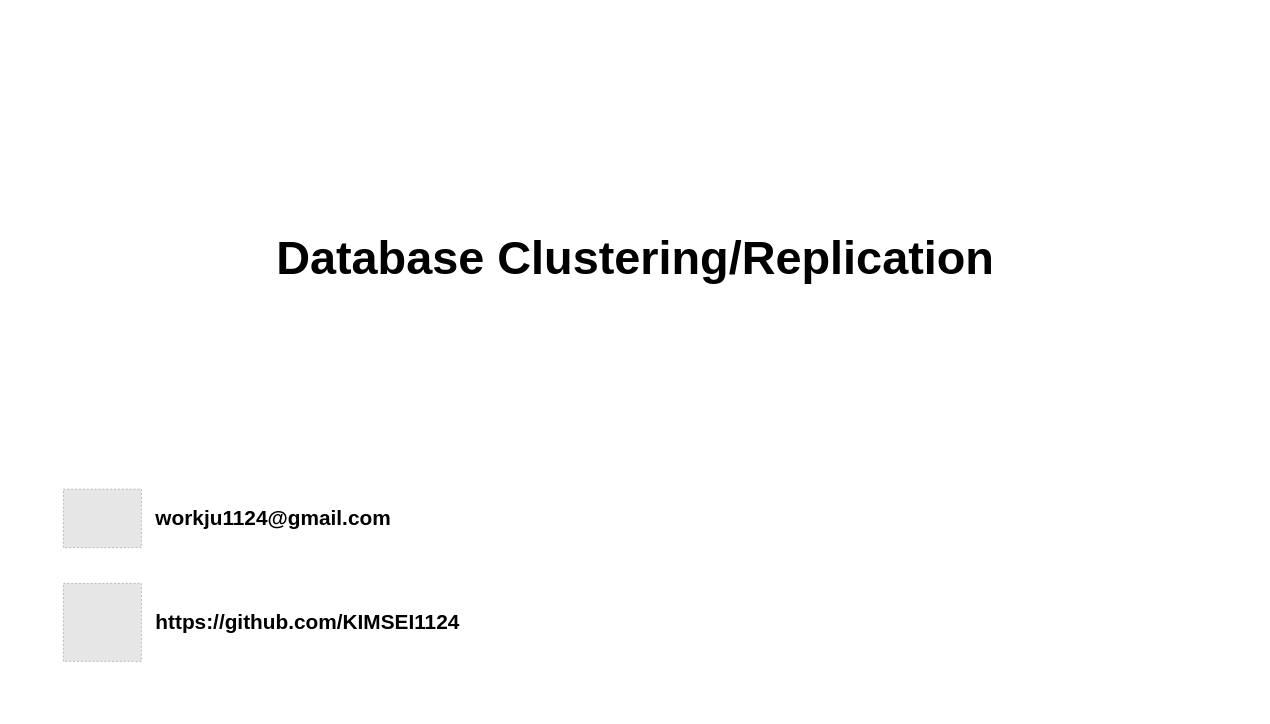
Earlier version of the draw.io diagram page "김정욱" (1 of 4) of 썸네일.drawio (Study-Diary/Computer-Science). Source tidied: cells renumbered, new cells numbered last; positions are measured from the earlier drawing's top-left corner, leaving out a move shared by most shapes. Both pictures are drawn from the tidied source at 65%, with x=0, y=0 at pixel (11, 11). Pictures stored in the file or linked from it are replaced by grey dashed boxes.
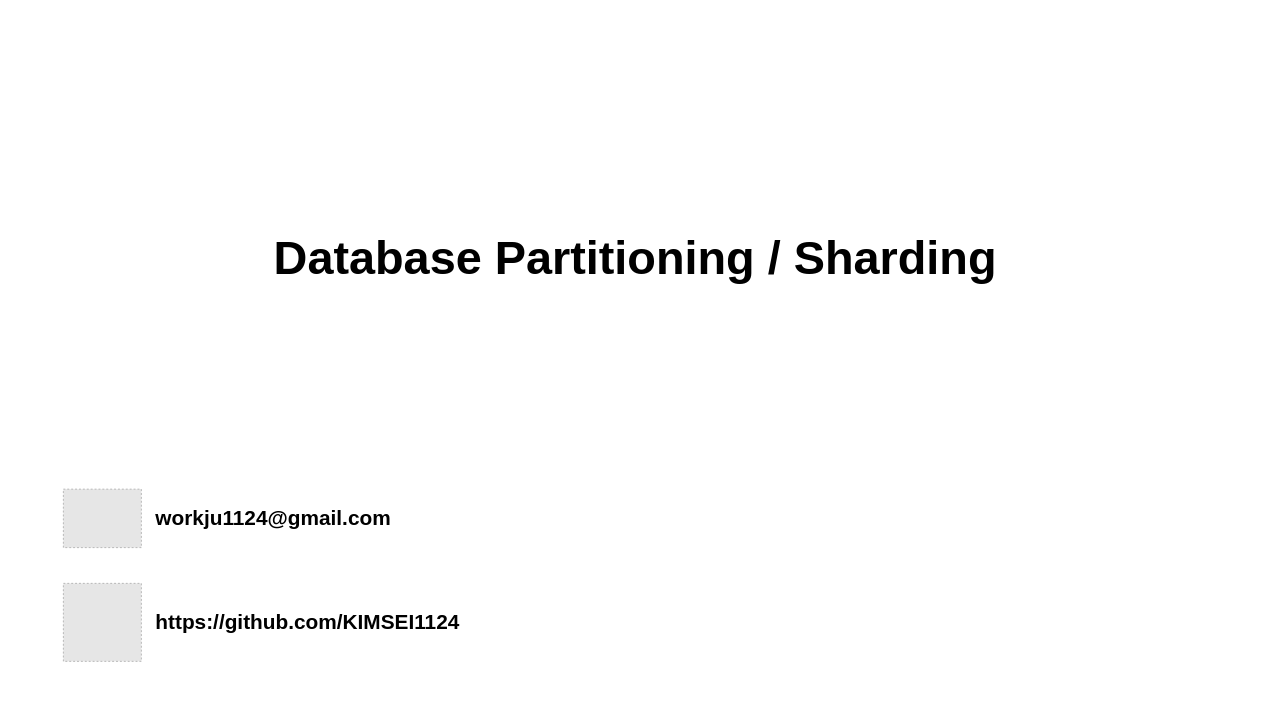
The same page after the edit.

Change to the diagram source:
```diff
@@
 <mxGraphModel>
   <root>
     <mxCell id="0" />
     <mxCell id="1" parent="0" />
     <mxCell id="2" style="rounded=0;whiteSpace=wrap;html=1;fillColor=#FFFFFF;strokeColor=none;" parent="1" vertex="1">
       <mxGeometry width="1920" height="1080" as="geometry" />
     </mxCell>
     <mxCell id="3" style="group;" parent="1" vertex="1">
       <mxGeometry x="80" y="720" width="120" height="120" as="geometry" />
     </mxCell>
     <mxCell id="4" style="fillColor=#E6E6E6;strokeColor=#999999;dashed=1;verticalLabelPosition=bottom;labelBackgroundColor=default;verticalAlign=top;" parent="3" vertex="1">
       <mxGeometry y="15" width="120" height="90" as="geometry" />
     </mxCell>
     <mxCell id="5" style="rounded=0;whiteSpace=wrap;html=1;fillColor=none;strokeColor=none;" parent="3" vertex="1">
       <mxGeometry width="120" height="120" as="geometry" />
     </mxCell>
     <mxCell id="6" style="fillColor=#E6E6E6;strokeColor=#999999;dashed=1;verticalLabelPosition=bottom;labelBackgroundColor=default;verticalAlign=top;" parent="1" vertex="1">
       <mxGeometry x="80" y="880" width="120" height="120" as="geometry" />
     </mxCell>
     <mxCell id="7" value="workju1124@gmail.com" style="text;html=1;align=left;verticalAlign=middle;whiteSpace=wrap;rounded=0;fontSize=32;fontColor=#000000;fontStyle=1;" parent="1" vertex="1">
       <mxGeometry x="220" y="740" width="500" height="80" as="geometry" />
     </mxCell>
     <mxCell id="8" value="https://github.com/KIMSEI1124" style="text;html=1;align=left;verticalAlign=middle;whiteSpace=wrap;rounded=0;fontSize=32;fontColor=#000000;fontStyle=1;" parent="1" vertex="1">
       <mxGeometry x="220" y="900" width="500" height="80" as="geometry" />
     </mxCell>
-    <mxCell id="9" value="Database Clustering/Replication" style="text;html=1;align=center;verticalAlign=middle;whiteSpace=wrap;rounded=0;fontSize=72;fontFamily=Pretendard;fontColor=#000000;fontStyle=1;" parent="1" vertex="1">
+    <mxCell id="9" value="Database Partitioning / Sharding" style="text;html=1;align=center;verticalAlign=middle;whiteSpace=wrap;rounded=0;fontSize=72;fontFamily=Pretendard;fontColor=#000000;fontStyle=1;" parent="1" vertex="1">
       <mxGeometry x="200" y="320" width="1520" height="120" as="geometry" />
     </mxCell>
   </root>
 </mxGraphModel>
```
